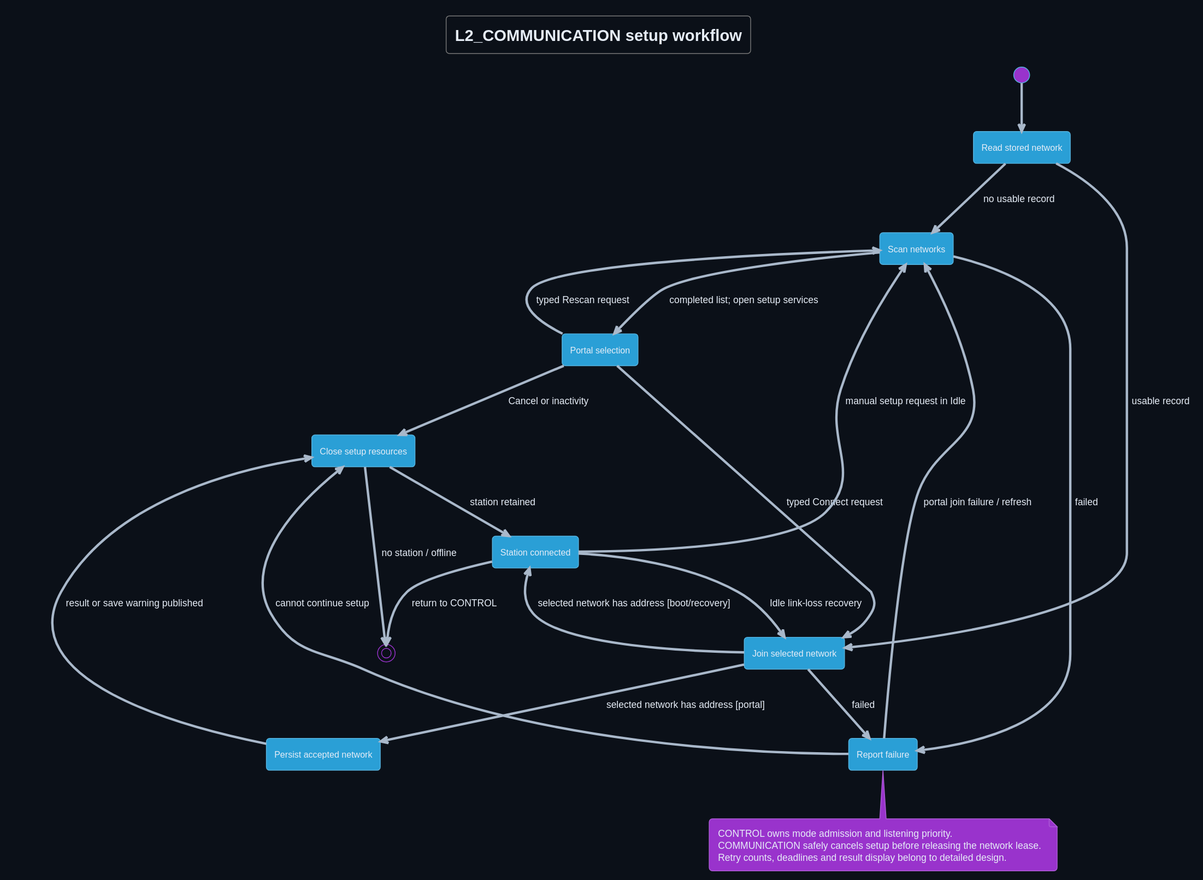
Above: Development/system/architecture/COMMUNICATION/rendered/setup_state.svg in DemonicPsychoII/DigitalStethoscope (PlantUML), before the change. Its diagram source:
```plantuml
@startuml
!theme cyborg
skinparam shadowing false
skinparam defaultFontName SansSerif
skinparam backgroundColor #0b1018
skinparam defaultFontColor #e6edf7
skinparam ArrowColor #a9b8ca
title L2_COMMUNICATION setup workflow
hide empty description
state "Read stored network" as Boot
state "Scan networks" as Scan
state "Portal selection" as Portal
state "Join selected network" as Join
state "Persist accepted network" as Save
state "Close setup resources" as Close
state "Station connected" as Connected
state "Report failure" as Failure
[*] --> Boot
Boot --> Join : usable record
Boot --> Scan : no usable record
Scan --> Portal : completed list; open setup services
Portal --> Join : typed Connect request
Portal --> Scan : typed Rescan request
Portal --> Close : Cancel or inactivity
Join --> Save : selected network has address [portal]
Join --> Connected : selected network has address [boot/recovery]
Join --> Failure : failed
Scan --> Failure : failed
Save --> Close : result or save warning published
Failure --> Scan : portal join failure / refresh
Failure --> Close : cannot continue setup
Close --> Connected : station retained
Close --> [*] : no station / offline
Connected --> Join : Idle link-loss recovery
Connected --> Scan : manual setup request in Idle
Connected --> [*] : return to CONTROL
note bottom
 CONTROL owns mode admission and listening priority.
 COMMUNICATION safely cancels setup before releasing the network lease.
 Retry counts, deadlines and result display belong to detailed design.
end note
@enduml
```
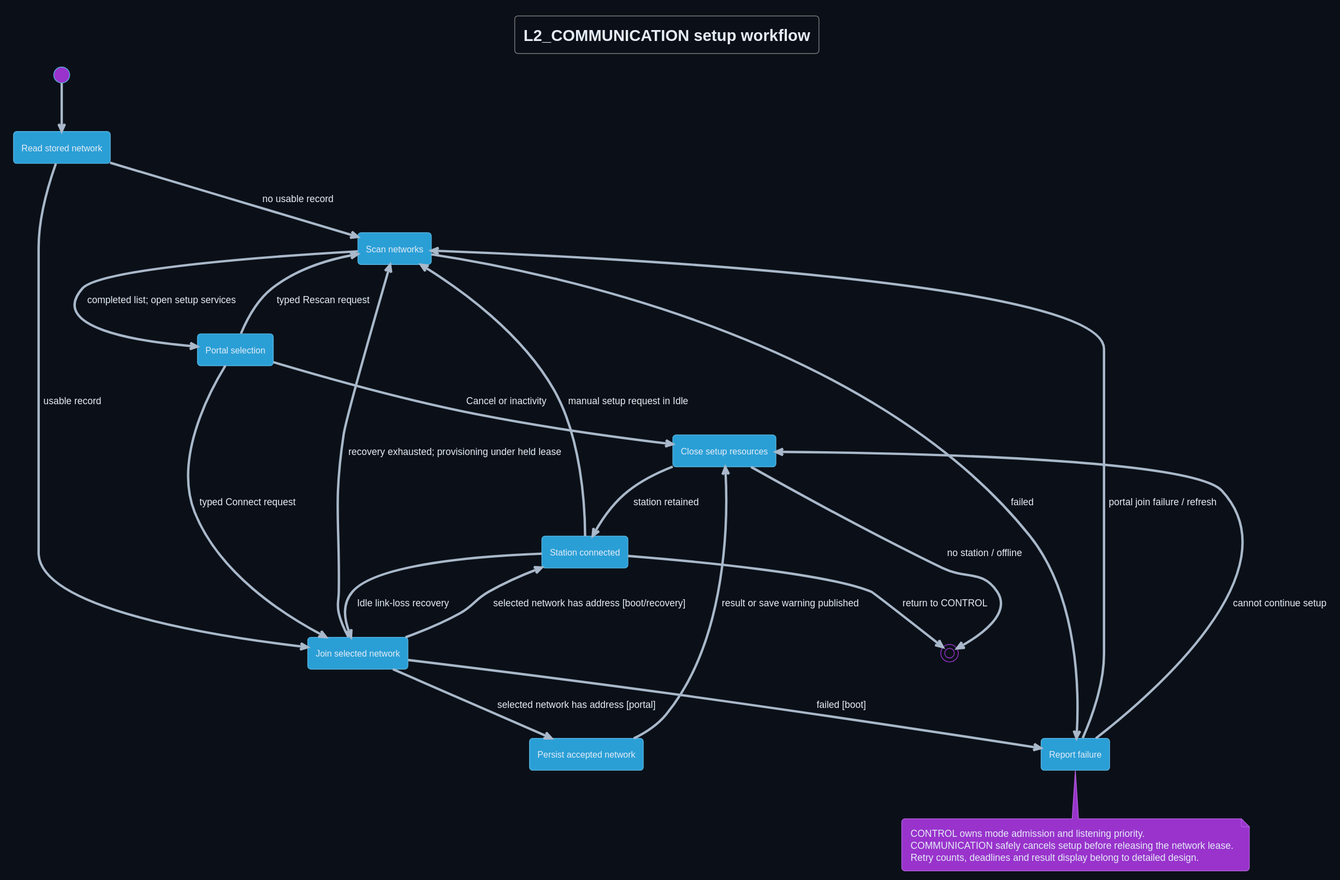
Later version of the same file.

Commit message:
docs: align setup state and sequence with link recovery

Change to the diagram source:
```diff
@@ -24,7 +24,8 @@
 Portal --> Close : Cancel or inactivity
 Join --> Save : selected network has address [portal]
 Join --> Connected : selected network has address [boot/recovery]
-Join --> Failure : failed
+Join --> Scan : recovery exhausted; provisioning under held lease
+Join --> Failure : failed [boot]
 Scan --> Failure : failed
 Save --> Close : result or save warning published
 Failure --> Scan : portal join failure / refresh
```
